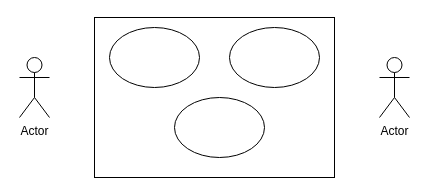
Earlier version of the draw.io diagram Untitled Diagram.drawio (nateqdruen/CISC210Draw). Source tidied: cells renumbered, new cells numbered last; positions are measured from the earlier drawing's top-left corner, leaving out a move shared by most shapes. Both pictures are drawn from the tidied source at 100%, with x=0, y=0 at pixel (19, 17).
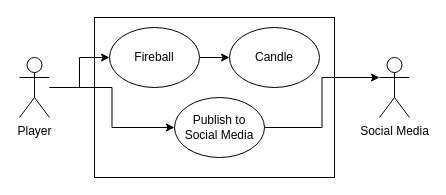
After the change.

Commit message:
Update Untitled Diagram 3.drawio

Diff of the diagram source:
```diff
@@
 <mxGraphModel>
   <root>
     <mxCell id="0" />
     <mxCell id="1" parent="0" />
     <mxCell id="2" style="rounded=0;whiteSpace=wrap;html=1;" parent="1" vertex="1">
       <mxGeometry x="75" width="240" height="160" as="geometry" />
     </mxCell>
+    <mxCell id="8" style="edgeStyle=orthogonalEdgeStyle;rounded=0;jettySize=auto;html=1;" parent="1" edge="1" source="3" target="5">
+      <mxGeometry relative="1" as="geometry" />
+    </mxCell>
+    <mxCell id="9" style="edgeStyle=orthogonalEdgeStyle;rounded=0;jettySize=auto;html=1;entryX=0;entryY=0.5;entryDx=0;entryDy=0;" parent="1" edge="1" source="3" target="7">
+      <mxGeometry relative="1" as="geometry" />
+    </mxCell>
-    <mxCell id="3" value="Actor" style="shape=umlActor;verticalLabelPosition=bottom;labelBackgroundColor=#ffffff;verticalAlign=top;html=1;outlineConnect=0;" parent="1" vertex="1">
+    <mxCell id="3" value="Player" style="shape=umlActor;verticalLabelPosition=bottom;labelBackgroundColor=#ffffff;verticalAlign=top;html=1;outlineConnect=0;" parent="1" vertex="1">
       <mxGeometry y="40" width="30" height="60" as="geometry" />
     </mxCell>
-    <mxCell id="4" value="Actor" style="shape=umlActor;verticalLabelPosition=bottom;labelBackgroundColor=#ffffff;verticalAlign=top;html=1;outlineConnect=0;" parent="1" vertex="1">
+    <mxCell id="4" value="Social Media" style="shape=umlActor;verticalLabelPosition=bottom;labelBackgroundColor=#ffffff;verticalAlign=top;html=1;outlineConnect=0;" parent="1" vertex="1">
       <mxGeometry x="360" y="40" width="30" height="60" as="geometry" />
     </mxCell>
+    <mxCell id="10" style="edgeStyle=orthogonalEdgeStyle;rounded=0;jettySize=auto;html=1;exitX=1;exitY=0.5;exitDx=0;exitDy=0;" parent="1" edge="1" source="5" target="6">
+      <mxGeometry relative="1" as="geometry" />
+    </mxCell>
-    <mxCell id="5" style="ellipse;whiteSpace=wrap;html=1;" parent="1" vertex="1">
+    <mxCell id="5" value="&lt;div&gt;Fireball&lt;/div&gt;" style="ellipse;whiteSpace=wrap;html=1;" parent="1" vertex="1">
       <mxGeometry x="90" y="10" width="90" height="60" as="geometry" />
     </mxCell>
-    <mxCell id="6" style="ellipse;whiteSpace=wrap;html=1;" parent="1" vertex="1">
+    <mxCell id="6" value="Candle" style="ellipse;whiteSpace=wrap;html=1;" parent="1" vertex="1">
       <mxGeometry x="210" y="10" width="90" height="60" as="geometry" />
     </mxCell>
+    <mxCell id="11" style="edgeStyle=orthogonalEdgeStyle;rounded=0;jettySize=auto;html=1;exitX=1;exitY=0.5;exitDx=0;exitDy=0;entryX=0;entryY=0.3333333333333333;entryDx=0;entryDy=0;entryPerimeter=0;" parent="1" edge="1" source="7" target="4">
+      <mxGeometry relative="1" as="geometry" />
+    </mxCell>
-    <mxCell id="7" style="ellipse;whiteSpace=wrap;html=1;" parent="1" vertex="1">
+    <mxCell id="7" value="&lt;div&gt;Publish to Social Media&lt;/div&gt;" style="ellipse;whiteSpace=wrap;html=1;" parent="1" vertex="1">
       <mxGeometry x="155" y="80" width="90" height="60" as="geometry" />
     </mxCell>
   </root>
 </mxGraphModel>
```
